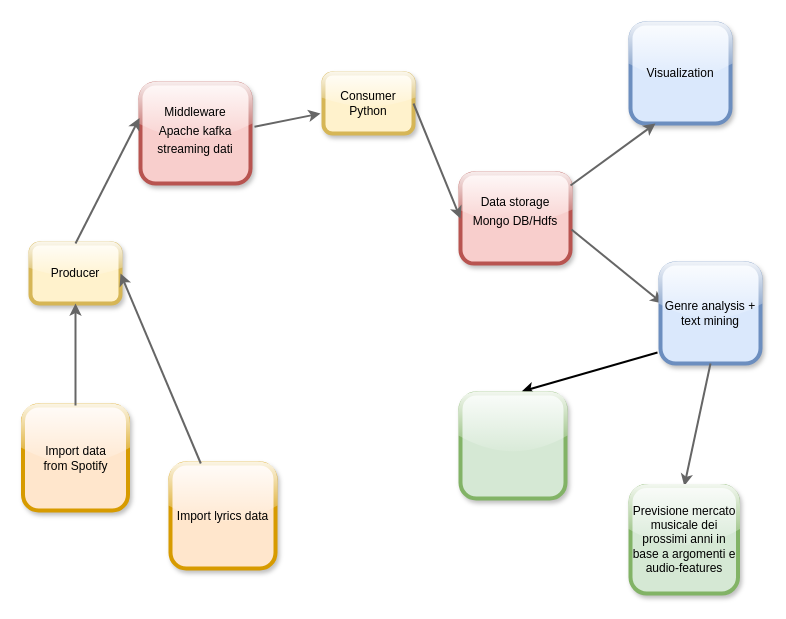
This is Untitled Diagram.drawio from matteocesaro/Data-management-project, a draw.io file, before an edit. Source tidied: cells renumbered, new cells numbered last; positions are measured from the earlier drawing's top-left corner, leaving out a move shared by most shapes. Both pictures are drawn from the tidied source at 100%, with x=0, y=0 at pixel (22, 23).
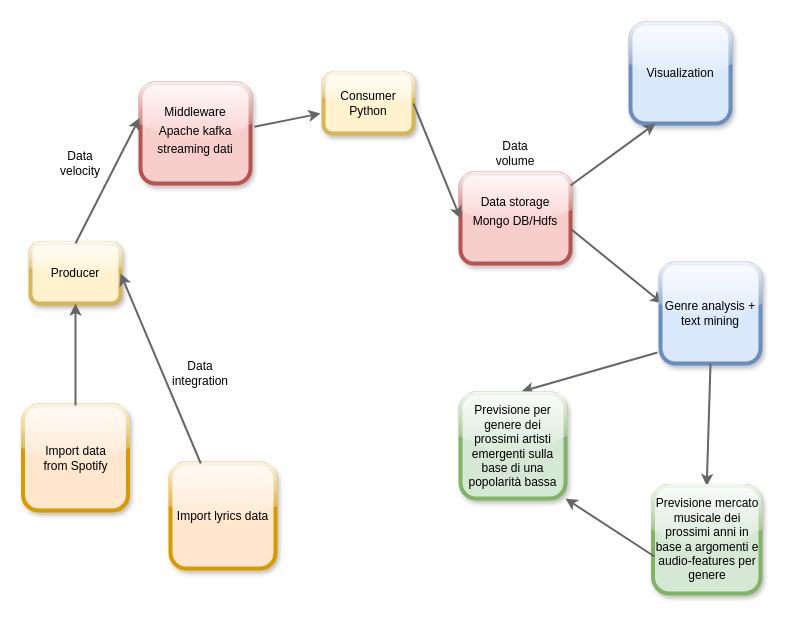
After the change.

Unchanged cells that the change refers to:
```xml
<mxCell id="10" value="Genre analysis + text mining" style="whiteSpace=wrap;html=1;rounded=1;shadow=1;glass=1;sketch=0;strokeWidth=4;fillColor=#dae8fc;strokeColor=#6c8ebf;" parent="1" vertex="1">
  <mxGeometry x="638" y="240" width="100" height="100" as="geometry" />
</mxCell>
```

Diff of the diagram source:
```diff
@@
-    <mxCell id="18" value="Previsione mercato musicale dei prossimi anni in base a argomenti e audio-features" style="whiteSpace=wrap;html=1;rounded=1;shadow=1;glass=1;sketch=0;strokeWidth=4;fillColor=#d5e8d4;strokeColor=#82b366;" parent="1" vertex="1">
-      <mxGeometry x="608" y="462.5" width="107.5" height="107.5" as="geometry" />
+    <mxCell id="18" value="Previsione mercato musicale dei prossimi anni in base a argomenti e audio-features per genere" style="whiteSpace=wrap;html=1;rounded=1;shadow=1;glass=1;sketch=0;strokeWidth=4;fillColor=#d5e8d4;strokeColor=#82b366;" parent="1" vertex="1">
+      <mxGeometry x="630.5" y="462.5" width="107.5" height="107.5" as="geometry" />
     </mxCell>
-    <mxCell id="19" style="endArrow=classic;html=1;strokeWidth=2;exitX=-0.03;exitY=0.89;exitDx=0;exitDy=0;exitPerimeter=0;entryX=0.581;entryY=-0.019;entryDx=0;entryDy=0;entryPerimeter=0;" parent="1" edge="1" source="10" target="20">
+    <mxCell id="19" style="endArrow=classic;html=1;strokeWidth=2;exitX=-0.03;exitY=0.89;exitDx=0;exitDy=0;exitPerimeter=0;entryX=0.581;entryY=-0.019;entryDx=0;entryDy=0;entryPerimeter=0;fillColor=#f5f5f5;strokeColor=#666666;" parent="1" edge="1" source="10" target="20">
       <mxGeometry relative="1" as="geometry" />
     </mxCell>
-    <mxCell id="20" style="whiteSpace=wrap;html=1;rounded=1;shadow=1;glass=1;sketch=0;strokeWidth=4;fillColor=#d5e8d4;strokeColor=#82b366;" parent="1" vertex="1">
+    <mxCell id="20" value="Previsione per genere dei prossimi artisti emergenti sulla base di una popolarità bassa" style="whiteSpace=wrap;html=1;rounded=1;shadow=1;glass=1;sketch=0;strokeWidth=4;fillColor=#d5e8d4;strokeColor=#82b366;" parent="1" vertex="1">
       <mxGeometry x="438" y="370" width="105" height="105" as="geometry" />
     </mxCell>
+    <mxCell id="21" value="Data integration" style="text;html=1;strokeColor=none;fillColor=none;align=center;verticalAlign=middle;whiteSpace=wrap;rounded=0;shadow=1;glass=1;sketch=0;" parent="1" vertex="1">
+      <mxGeometry x="158" y="340" width="40" height="20" as="geometry" />
+    </mxCell>
+    <mxCell id="22" value="Data velocity&lt;br&gt;" style="text;html=1;strokeColor=none;fillColor=none;align=center;verticalAlign=middle;whiteSpace=wrap;rounded=0;shadow=1;glass=1;sketch=0;" parent="1" vertex="1">
+      <mxGeometry x="38" y="130" width="40" height="20" as="geometry" />
+    </mxCell>
+    <mxCell id="23" value="Data volume&lt;br&gt;" style="text;html=1;strokeColor=none;fillColor=none;align=center;verticalAlign=middle;whiteSpace=wrap;rounded=0;shadow=1;glass=1;sketch=0;" parent="1" vertex="1">
+      <mxGeometry x="473" y="120" width="40" height="20" as="geometry" />
+    </mxCell>
+    <mxCell id="24" style="endArrow=classic;html=1;strokeWidth=2;entryX=1;entryY=1;entryDx=0;entryDy=0;exitX=0.014;exitY=0.656;exitDx=0;exitDy=0;exitPerimeter=0;fillColor=#f5f5f5;strokeColor=#666666;" parent="1" edge="1" source="18" target="20">
+      <mxGeometry relative="1" as="geometry" />
+    </mxCell>
```
